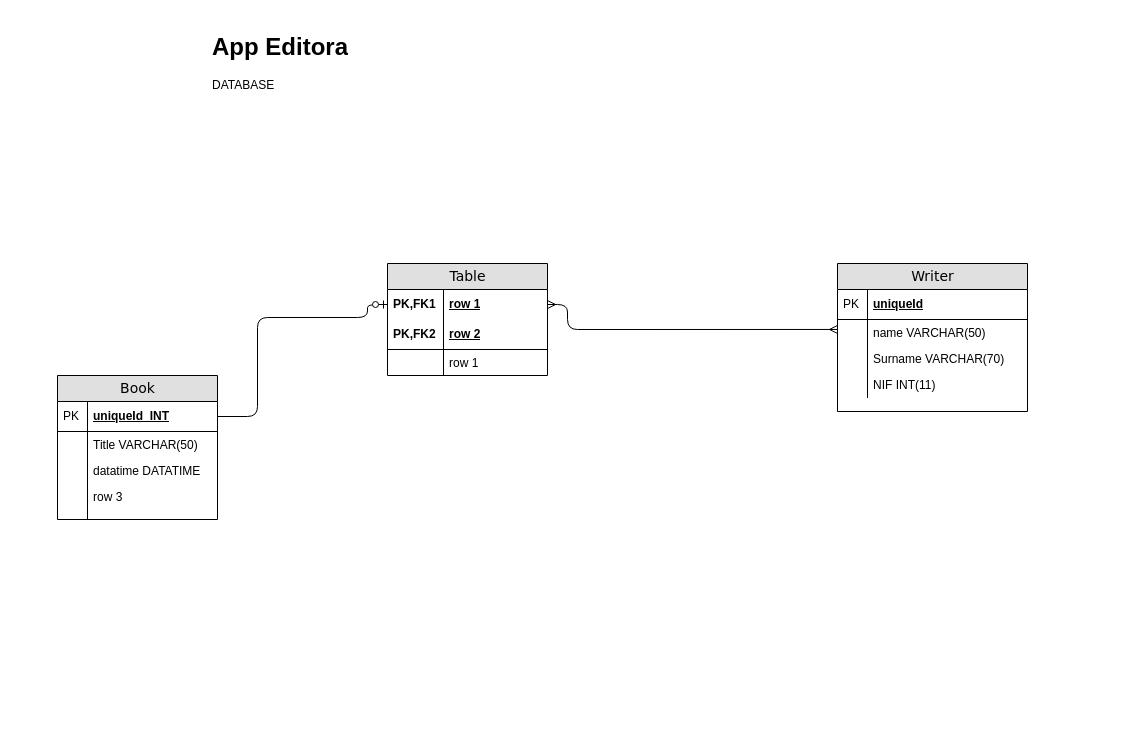
jonasnapoles/projectFinalDocs keeps this draw.io diagram as Untitled Diagram.drawio. Above is the earlier version. Source tidied: cells renumbered, new cells numbered last; positions are measured from the earlier drawing's top-left corner, leaving out a move shared by most shapes. Both pictures are drawn from the tidied source at 100%, with x=0, y=0 at pixel (57, 27).
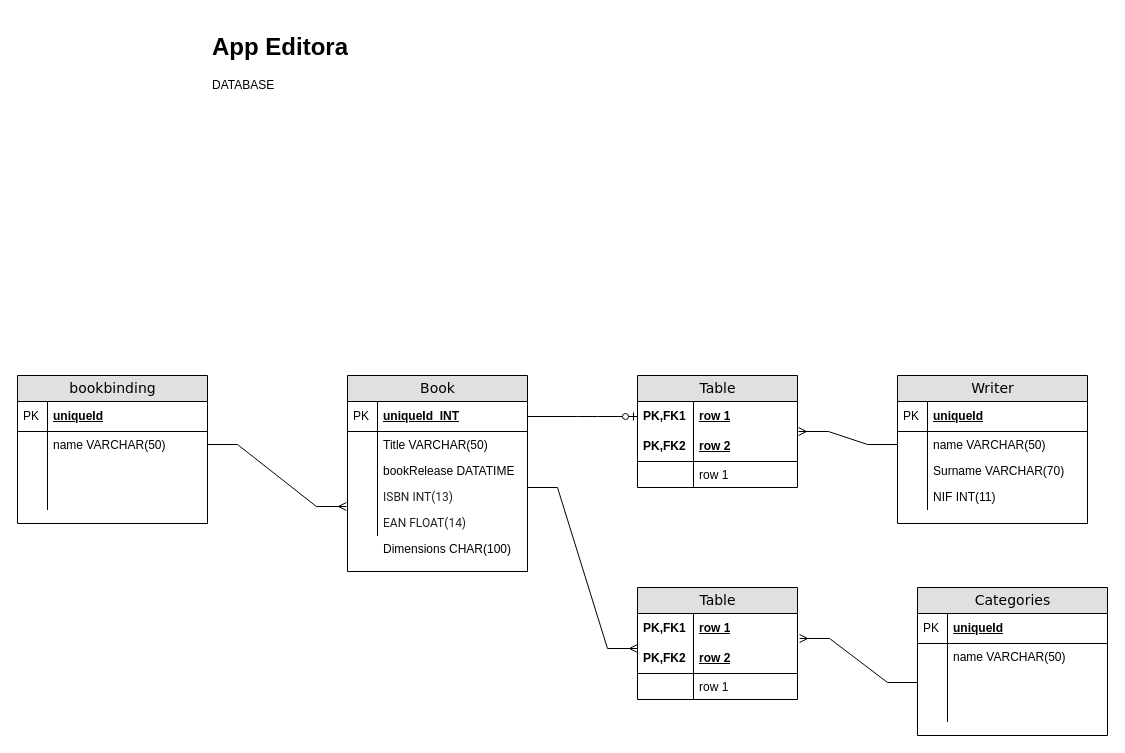
The same page after the edit.

Unchanged cells that the change refers to:
```xml
<mxCell id="3" value="row 1" style="shape=partialRectangle;top=0;left=0;right=0;bottom=0;html=1;align=left;verticalAlign=middle;fillColor=none;spacingLeft=60;spacingRight=4;whiteSpace=wrap;overflow=hidden;points=[[0,0.5],[1,0.5]];portConstraint=eastwest;fontStyle=5;" parent="2" vertex="1">
  <mxGeometry y="26" width="160" height="30" as="geometry" />
</mxCell>
<mxCell id="5" value="row 2" style="shape=partialRectangle;top=0;left=0;right=0;bottom=1;html=1;align=left;verticalAlign=middle;fillColor=none;spacingLeft=60;spacingRight=4;whiteSpace=wrap;overflow=hidden;points=[[0,0.5],[1,0.5]];portConstraint=eastwest;fontStyle=5;" parent="2" vertex="1">
  <mxGeometry y="56" width="160" height="30" as="geometry" />
</mxCell>
<mxCell id="12" value="name VARCHAR(50)" style="shape=partialRectangle;top=0;left=0;right=0;bottom=0;html=1;align=left;verticalAlign=top;fillColor=none;spacingLeft=34;spacingRight=4;whiteSpace=wrap;overflow=hidden;points=[[0,0.5],[1,0.5]];portConstraint=eastwest;" parent="9" vertex="1">
  <mxGeometry y="56" width="190" height="26" as="geometry" />
</mxCell>
```

Change to the diagram source:
```diff
@@
     <mxCell id="2" value="Table" style="swimlane;html=1;fontStyle=0;horizontal=1;startSize=26;fillColor=#e0e0e0;swimlaneFillColor=#ffffff;align=center;rounded=0;shadow=0;comic=0;labelBackgroundColor=none;strokeWidth=1;fontFamily=Verdana;fontSize=14;" parent="1" vertex="1">
-      <mxGeometry x="330" y="236" width="160" height="112" as="geometry" />
+      <mxGeometry x="580" y="348" width="160" height="112" as="geometry" />
     </mxCell>
@@
     <mxCell id="9" value="Writer" style="swimlane;html=1;fontStyle=0;horizontal=1;startSize=26;fillColor=#e0e0e0;swimlaneFillColor=#ffffff;align=center;rounded=0;shadow=0;comic=0;labelBackgroundColor=none;strokeWidth=1;fontFamily=Verdana;fontSize=14;swimlaneLine=1;" parent="1" vertex="1">
-      <mxGeometry x="780" y="236" width="190" height="148" as="geometry" />
+      <mxGeometry x="840" y="348" width="190" height="148" as="geometry" />
     </mxCell>
@@
-    <mxCell id="18" style="edgeStyle=orthogonalEdgeStyle;html=1;endArrow=ERmany;startArrow=ERmany;labelBackgroundColor=none;fontFamily=Verdana;fontSize=14;entryX=1;entryY=0.5;exitX=0;exitY=0.383;exitPerimeter=0;" parent="1" edge="1" source="12" target="3">
-      <mxGeometry relative="1" as="geometry">
-        <Array as="points">
-          <mxPoint x="510" y="302" />
-          <mxPoint x="510" y="277" />
-        </Array>
-      </mxGeometry>
-    </mxCell>
     <mxCell id="19" value="Book" style="swimlane;html=1;fontStyle=0;horizontal=1;startSize=26;fillColor=#e0e0e0;swimlaneFillColor=#ffffff;align=center;rounded=0;shadow=0;comic=0;labelBackgroundColor=none;strokeWidth=1;fontFamily=Verdana;fontSize=14;" parent="1" vertex="1">
-      <mxGeometry y="348" width="160" height="144" as="geometry" />
+      <mxGeometry x="290" y="348" width="180" height="196" as="geometry" />
     </mxCell>
     <mxCell id="20" value="uniqueId_INT" style="shape=partialRectangle;top=0;left=0;right=0;bottom=1;html=1;align=left;verticalAlign=middle;fillColor=none;spacingLeft=34;spacingRight=4;whiteSpace=wrap;overflow=hidden;points=[[0,0.5],[1,0.5]];portConstraint=eastwest;fontStyle=5;" parent="19" vertex="1">
-      <mxGeometry y="26" width="160" height="30" as="geometry" />
+      <mxGeometry y="26" width="180" height="30" as="geometry" />
     </mxCell>
@@
     <mxCell id="22" value="Title VARCHAR(50)" style="shape=partialRectangle;top=0;left=0;right=0;bottom=0;html=1;align=left;verticalAlign=top;fillColor=none;spacingLeft=34;spacingRight=4;whiteSpace=wrap;overflow=hidden;" parent="19" vertex="1">
-      <mxGeometry y="56" width="160" height="26" as="geometry" />
+      <mxGeometry y="56" width="180" height="26" as="geometry" />
     </mxCell>
@@
-    <mxCell id="24" value="datatime DATATIME" style="shape=partialRectangle;top=0;left=0;right=0;bottom=0;html=1;align=left;verticalAlign=top;fillColor=none;spacingLeft=34;spacingRight=4;whiteSpace=wrap;overflow=hidden;" parent="19" vertex="1">
-      <mxGeometry y="82" width="160" height="26" as="geometry" />
+    <mxCell id="24" value="bookRelease DATATIME" style="shape=partialRectangle;top=0;left=0;right=0;bottom=0;html=1;align=left;verticalAlign=top;fillColor=none;spacingLeft=34;spacingRight=4;whiteSpace=wrap;overflow=hidden;" parent="19" vertex="1">
+      <mxGeometry y="82" width="180" height="26" as="geometry" />
     </mxCell>
@@
-    <mxCell id="26" value="row 3" style="shape=partialRectangle;top=0;left=0;right=0;bottom=0;html=1;align=left;verticalAlign=top;fillColor=none;spacingLeft=34;spacingRight=4;whiteSpace=wrap;overflow=hidden;points=[[0,0.5],[1,0.5]];portConstraint=eastwest;" parent="19" vertex="1">
-      <mxGeometry y="108" width="160" height="26" as="geometry" />
+    <mxCell id="26" value="&lt;span style=&quot;color: rgb(35 , 35 , 35) ; font-family: &amp;#34;roboto&amp;#34; , &amp;#34;arial&amp;#34; , &amp;#34;helvetica&amp;#34; , &amp;#34;tahoma&amp;#34; , sans-serif ; background-color: rgb(255 , 255 , 255)&quot;&gt;&lt;font style=&quot;font-size: 12px&quot;&gt;ISBN INT(13)&lt;/font&gt;&lt;/span&gt;" style="shape=partialRectangle;top=0;left=0;right=0;bottom=0;html=1;align=left;verticalAlign=top;fillColor=none;spacingLeft=34;spacingRight=4;whiteSpace=wrap;overflow=hidden;points=[[0,0.5],[1,0.5]];portConstraint=eastwest;" parent="19" vertex="1">
+      <mxGeometry y="108" width="180" height="26" as="geometry" />
     </mxCell>
@@
-    <mxCell id="28" style="shape=partialRectangle;top=0;left=0;right=0;bottom=0;html=1;align=left;verticalAlign=top;fillColor=none;spacingLeft=34;spacingRight=4;whiteSpace=wrap;overflow=hidden;" parent="19" vertex="1">
-      <mxGeometry y="134" width="160" height="10" as="geometry" />
-    </mxCell>
-    <mxCell id="29" style="shape=partialRectangle;top=0;left=0;bottom=0;html=1;fillColor=none;align=left;verticalAlign=top;spacingLeft=4;spacingRight=4;whiteSpace=wrap;overflow=hidden;" parent="28" vertex="1">
-      <mxGeometry width="30" height="10" as="geometry" />
-    </mxCell>
+    <mxCell id="32" value="&lt;font style=&quot;font-size: 12px&quot;&gt;&lt;span style=&quot;color: rgb(35 , 35 , 35) ; font-family: &amp;#34;roboto&amp;#34; , &amp;#34;arial&amp;#34; , &amp;#34;helvetica&amp;#34; , &amp;#34;tahoma&amp;#34; , sans-serif ; background-color: rgb(255 , 255 , 255)&quot;&gt;EAN&lt;/span&gt;&lt;span style=&quot;color: rgb(35 , 35 , 35) ; font-family: &amp;#34;roboto&amp;#34; , &amp;#34;arial&amp;#34; , &amp;#34;helvetica&amp;#34; , &amp;#34;tahoma&amp;#34; , sans-serif ; background-color: rgb(255 , 255 , 255)&quot;&gt;&lt;font&gt;&amp;nbsp;FLOAT(14)&lt;/font&gt;&lt;/span&gt;&lt;/font&gt;" style="shape=partialRectangle;top=0;left=0;right=0;bottom=0;html=1;align=left;verticalAlign=top;fillColor=none;spacingLeft=34;spacingRight=4;whiteSpace=wrap;overflow=hidden;" parent="19" vertex="1">
+      <mxGeometry y="134" width="180" height="26" as="geometry" />
+    </mxCell>
+    <mxCell id="33" style="shape=partialRectangle;top=0;left=0;bottom=0;html=1;fillColor=none;align=left;verticalAlign=top;spacingLeft=4;spacingRight=4;whiteSpace=wrap;overflow=hidden;" parent="32" vertex="1">
+      <mxGeometry width="30" height="26" as="geometry" />
+    </mxCell>
+    <mxCell id="34" value="Dimensions CHAR(100)" style="shape=partialRectangle;top=0;left=0;right=0;bottom=0;html=1;align=left;verticalAlign=top;fillColor=none;spacingLeft=34;spacingRight=4;whiteSpace=wrap;overflow=hidden;" parent="19" vertex="1">
+      <mxGeometry y="160" width="180" height="30" as="geometry" />
+    </mxCell>
-    <mxCell id="30" style="edgeStyle=orthogonalEdgeStyle;html=1;endArrow=ERzeroToOne;endFill=1;labelBackgroundColor=none;fontFamily=Verdana;fontSize=14;entryX=0;entryY=0.5;exitX=1;exitY=0.5;" parent="1" edge="1" source="20" target="3">
+    <mxCell id="30" style="edgeStyle=orthogonalEdgeStyle;html=1;endArrow=ERzeroToOne;endFill=1;labelBackgroundColor=none;fontFamily=Verdana;fontSize=14;entryX=0;entryY=0.5;" parent="1" edge="1" target="3">
       <mxGeometry relative="1" as="geometry">
+        <mxPoint x="470" y="389" as="sourcePoint" />
         <Array as="points">
-          <mxPoint x="200" y="389" />
-          <mxPoint x="200" y="290" />
-          <mxPoint x="310" y="290" />
-          <mxPoint x="310" y="277" />
+          <mxPoint x="530" y="389" />
+          <mxPoint x="530" y="389" />
         </Array>
       </mxGeometry>
     </mxCell>
@@
+    <mxCell id="35" value="bookbinding" style="swimlane;html=1;fontStyle=0;horizontal=1;startSize=26;fillColor=#e0e0e0;swimlaneFillColor=#ffffff;align=center;rounded=0;shadow=0;comic=0;labelBackgroundColor=none;strokeWidth=1;fontFamily=Verdana;fontSize=14;swimlaneLine=1;" parent="1" vertex="1">
+      <mxGeometry x="-40" y="348" width="190" height="148" as="geometry" />
+    </mxCell>
+    <mxCell id="36" value="uniqueId" style="shape=partialRectangle;top=0;left=0;right=0;bottom=1;html=1;align=left;verticalAlign=middle;fillColor=none;spacingLeft=34;spacingRight=4;whiteSpace=wrap;overflow=hidden;fontStyle=5;" parent="35" vertex="1">
+      <mxGeometry y="26" width="190" height="30" as="geometry" />
+    </mxCell>
+    <mxCell id="37" value="PK" style="shape=partialRectangle;top=0;left=0;bottom=0;html=1;fillColor=none;align=left;verticalAlign=middle;spacingLeft=4;spacingRight=4;whiteSpace=wrap;overflow=hidden;" parent="36" vertex="1">
+      <mxGeometry width="30" height="30" as="geometry" />
+    </mxCell>
+    <mxCell id="38" value="name VARCHAR(50)" style="shape=partialRectangle;top=0;left=0;right=0;bottom=0;html=1;align=left;verticalAlign=top;fillColor=none;spacingLeft=34;spacingRight=4;whiteSpace=wrap;overflow=hidden;points=[[0,0.5],[1,0.5]];portConstraint=eastwest;" parent="35" vertex="1">
+      <mxGeometry y="56" width="190" height="26" as="geometry" />
+    </mxCell>
+    <mxCell id="39" style="shape=partialRectangle;top=0;left=0;bottom=0;html=1;fillColor=none;align=left;verticalAlign=top;spacingLeft=4;spacingRight=4;whiteSpace=wrap;overflow=hidden;" parent="38" vertex="1">
+      <mxGeometry width="30" height="26" as="geometry" />
+    </mxCell>
+    <mxCell id="40" style="shape=partialRectangle;top=0;left=0;right=0;bottom=0;html=1;align=left;verticalAlign=top;fillColor=none;spacingLeft=34;spacingRight=4;whiteSpace=wrap;overflow=hidden;" parent="35" vertex="1">
+      <mxGeometry y="82" width="190" height="26" as="geometry" />
+    </mxCell>
+    <mxCell id="41" style="shape=partialRectangle;top=0;left=0;bottom=0;html=1;fillColor=none;align=left;verticalAlign=top;spacingLeft=4;spacingRight=4;whiteSpace=wrap;overflow=hidden;" parent="40" vertex="1">
+      <mxGeometry width="30" height="26" as="geometry" />
+    </mxCell>
+    <mxCell id="42" style="shape=partialRectangle;top=0;left=0;right=0;bottom=0;html=1;align=left;verticalAlign=top;fillColor=none;spacingLeft=34;spacingRight=4;whiteSpace=wrap;overflow=hidden;" parent="35" vertex="1">
+      <mxGeometry y="108" width="190" height="26" as="geometry" />
+    </mxCell>
+    <mxCell id="43" style="shape=partialRectangle;top=0;left=0;bottom=0;html=1;fillColor=none;align=left;verticalAlign=top;spacingLeft=4;spacingRight=4;whiteSpace=wrap;overflow=hidden;" parent="42" vertex="1">
+      <mxGeometry width="30" height="26" as="geometry" />
+    </mxCell>
+    <mxCell id="44" value="Categories" style="swimlane;html=1;fontStyle=0;horizontal=1;startSize=26;fillColor=#e0e0e0;swimlaneFillColor=#ffffff;align=center;rounded=0;shadow=0;comic=0;labelBackgroundColor=none;strokeWidth=1;fontFamily=Verdana;fontSize=14;swimlaneLine=1;" parent="1" vertex="1">
+      <mxGeometry x="860" y="560" width="190" height="148" as="geometry" />
+    </mxCell>
+    <mxCell id="45" value="uniqueId" style="shape=partialRectangle;top=0;left=0;right=0;bottom=1;html=1;align=left;verticalAlign=middle;fillColor=none;spacingLeft=34;spacingRight=4;whiteSpace=wrap;overflow=hidden;fontStyle=5;" parent="44" vertex="1">
+      <mxGeometry y="26" width="190" height="30" as="geometry" />
+    </mxCell>
+    <mxCell id="46" value="PK" style="shape=partialRectangle;top=0;left=0;bottom=0;html=1;fillColor=none;align=left;verticalAlign=middle;spacingLeft=4;spacingRight=4;whiteSpace=wrap;overflow=hidden;" parent="45" vertex="1">
+      <mxGeometry width="30" height="30" as="geometry" />
+    </mxCell>
+    <mxCell id="47" value="name VARCHAR(50)" style="shape=partialRectangle;top=0;left=0;right=0;bottom=0;html=1;align=left;verticalAlign=top;fillColor=none;spacingLeft=34;spacingRight=4;whiteSpace=wrap;overflow=hidden;" parent="44" vertex="1">
+      <mxGeometry y="56" width="190" height="26" as="geometry" />
+    </mxCell>
+    <mxCell id="48" style="shape=partialRectangle;top=0;left=0;bottom=0;html=1;fillColor=none;align=left;verticalAlign=top;spacingLeft=4;spacingRight=4;whiteSpace=wrap;overflow=hidden;" parent="47" vertex="1">
+      <mxGeometry width="30" height="26" as="geometry" />
+    </mxCell>
+    <mxCell id="49" style="shape=partialRectangle;top=0;left=0;right=0;bottom=0;html=1;align=left;verticalAlign=top;fillColor=none;spacingLeft=34;spacingRight=4;whiteSpace=wrap;overflow=hidden;points=[[0,0.5],[1,0.5]];portConstraint=eastwest;" parent="44" vertex="1">
+      <mxGeometry y="82" width="190" height="26" as="geometry" />
+    </mxCell>
+    <mxCell id="50" style="shape=partialRectangle;top=0;left=0;bottom=0;html=1;fillColor=none;align=left;verticalAlign=top;spacingLeft=4;spacingRight=4;whiteSpace=wrap;overflow=hidden;" parent="49" vertex="1">
+      <mxGeometry width="30" height="26" as="geometry" />
+    </mxCell>
+    <mxCell id="51" style="shape=partialRectangle;top=0;left=0;right=0;bottom=0;html=1;align=left;verticalAlign=top;fillColor=none;spacingLeft=34;spacingRight=4;whiteSpace=wrap;overflow=hidden;" parent="44" vertex="1">
+      <mxGeometry y="108" width="190" height="26" as="geometry" />
+    </mxCell>
+    <mxCell id="52" style="shape=partialRectangle;top=0;left=0;bottom=0;html=1;fillColor=none;align=left;verticalAlign=top;spacingLeft=4;spacingRight=4;whiteSpace=wrap;overflow=hidden;" parent="51" vertex="1">
+      <mxGeometry width="30" height="26" as="geometry" />
+    </mxCell>
+    <mxCell id="53" value="Table" style="swimlane;html=1;fontStyle=0;horizontal=1;startSize=26;fillColor=#e0e0e0;swimlaneFillColor=#ffffff;align=center;rounded=0;shadow=0;comic=0;labelBackgroundColor=none;strokeWidth=1;fontFamily=Verdana;fontSize=14;" parent="1" vertex="1">
+      <mxGeometry x="580" y="560" width="160" height="112" as="geometry" />
+    </mxCell>
+    <mxCell id="54" value="row 1" style="shape=partialRectangle;top=0;left=0;right=0;bottom=0;html=1;align=left;verticalAlign=middle;fillColor=none;spacingLeft=60;spacingRight=4;whiteSpace=wrap;overflow=hidden;points=[[0,0.5],[1,0.5]];portConstraint=eastwest;fontStyle=5;" parent="53" vertex="1">
+      <mxGeometry y="26" width="160" height="30" as="geometry" />
+    </mxCell>
+    <mxCell id="55" value="PK,FK1" style="shape=partialRectangle;fontStyle=1;top=0;left=0;bottom=0;html=1;fillColor=none;align=left;verticalAlign=middle;spacingLeft=4;spacingRight=4;whiteSpace=wrap;overflow=hidden;" parent="54" vertex="1">
+      <mxGeometry width="56" height="30" as="geometry" />
+    </mxCell>
+    <mxCell id="56" value="row 2" style="shape=partialRectangle;top=0;left=0;right=0;bottom=1;html=1;align=left;verticalAlign=middle;fillColor=none;spacingLeft=60;spacingRight=4;whiteSpace=wrap;overflow=hidden;fontStyle=5;" parent="53" vertex="1">
+      <mxGeometry y="56" width="160" height="30" as="geometry" />
+    </mxCell>
+    <mxCell id="57" value="PK,FK2" style="shape=partialRectangle;fontStyle=1;top=0;left=0;bottom=0;html=1;fillColor=none;align=left;verticalAlign=middle;spacingLeft=4;spacingRight=4;whiteSpace=wrap;overflow=hidden;" parent="56" vertex="1">
+      <mxGeometry width="56" height="30" as="geometry" />
+    </mxCell>
+    <mxCell id="58" value="row 1" style="shape=partialRectangle;top=0;left=0;right=0;bottom=0;html=1;align=left;verticalAlign=top;fillColor=none;spacingLeft=60;spacingRight=4;whiteSpace=wrap;overflow=hidden;" parent="53" vertex="1">
+      <mxGeometry y="86" width="160" height="26" as="geometry" />
+    </mxCell>
+    <mxCell id="59" style="shape=partialRectangle;top=0;left=0;bottom=0;html=1;fillColor=none;align=left;verticalAlign=top;spacingLeft=4;spacingRight=4;whiteSpace=wrap;overflow=hidden;" parent="58" vertex="1">
+      <mxGeometry width="56" height="26" as="geometry" />
+    </mxCell>
+    <mxCell id="60" style="edgeStyle=entityRelationEdgeStyle;fontSize=12;html=1;endArrow=ERmany;rounded=0;entryX=1.006;entryY=0;entryDx=0;entryDy=0;entryPerimeter=0;" parent="1" edge="1" source="12" target="5">
+      <mxGeometry relative="1" as="geometry" />
+    </mxCell>
+    <mxCell id="61" style="edgeStyle=entityRelationEdgeStyle;fontSize=12;html=1;endArrow=ERmany;rounded=0;" parent="1" edge="1">
+      <mxGeometry relative="1" as="geometry">
+        <mxPoint x="470" y="460" as="sourcePoint" />
+        <mxPoint x="580" y="621" as="targetPoint" />
+      </mxGeometry>
+    </mxCell>
+    <mxCell id="62" style="edgeStyle=entityRelationEdgeStyle;fontSize=12;html=1;endArrow=ERmany;rounded=0;exitX=0;exitY=0.5;exitDx=0;exitDy=0;entryX=1.013;entryY=0.833;entryDx=0;entryDy=0;entryPerimeter=0;" parent="1" edge="1" source="49" target="54">
+      <mxGeometry relative="1" as="geometry" />
+    </mxCell>
+    <mxCell id="63" style="edgeStyle=entityRelationEdgeStyle;fontSize=12;html=1;endArrow=ERmany;rounded=0;entryX=-0.006;entryY=0.885;entryDx=0;entryDy=0;entryPerimeter=0;exitX=1;exitY=0.5;exitDx=0;exitDy=0;" parent="1" edge="1" source="38" target="26">
+      <mxGeometry relative="1" as="geometry" />
+    </mxCell>
```
